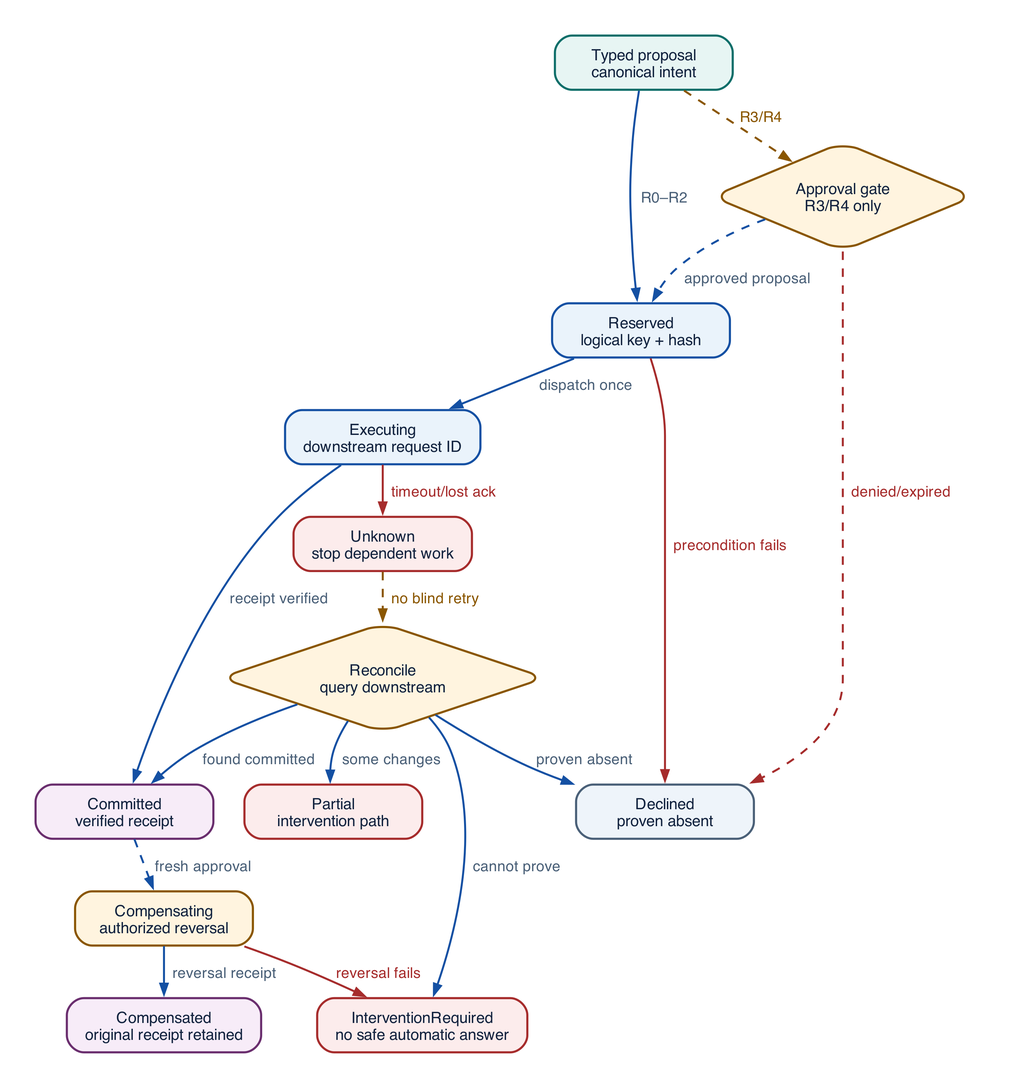
This is assets/diagrams/effect-lifecycle.png from rrahimi-uci/building-enterprise-general-intelligence, a Graphviz export, as it was before one commit. Its source is kept beside it as assets/diagrams/src/effect-lifecycle.gv. Source of this version:
```dot
digraph effect_lifecycle {
  rankdir = TB
  graph [ranksep=0.35, nodesep=0.30]
  node [width=1.75, fontsize=11]

  proposal [label="Typed proposal\ncanonical intent", fillcolor="#E7F5F3", color="#0D6E69"]
  approval [label="Approval gate\nR3/R4 only", shape=diamond, fillcolor="#FFF4DF", color="#8A5600"]
  reserved [label="Reserved\nlogical key + hash", fillcolor="#EAF3FB", color="#1450A3"]
  executing [label="Executing\ndownstream request ID", fillcolor="#EAF3FB", color="#1450A3"]
  committed [label="Committed\nverified receipt", fillcolor="#F7ECF8", color="#6A2E6E"]
  declined [label="Declined\nproven absent", fillcolor="#EEF4FA", color="#4A6078"]
  unknown [label="Unknown\nstop dependent work", fillcolor="#FCECEC", color="#A62C2C"]
  reconcile [label="Reconcile\nquery downstream", shape=diamond, fillcolor="#FFF4DF", color="#8A5600"]
  partial [label="Partial\nintervention path", fillcolor="#FCECEC", color="#A62C2C"]
  intervention [label="InterventionRequired\nno safe automatic answer", fillcolor="#FCECEC", color="#A62C2C"]
  compensating [label="Compensating\nauthorized reversal", fillcolor="#FFF4DF", color="#8A5600"]
  compensated [label="Compensated\noriginal receipt retained", fillcolor="#F7ECF8", color="#6A2E6E"]

  proposal -> reserved [label="  R0–R2  "]
  proposal -> approval [label="  R3/R4  ", style=dashed, color="#8A5600", fontcolor="#8A5600"]
  approval -> reserved [label="  approved proposal  ", style=dashed]
  approval -> declined [label="  denied/expired  ", style=dashed, color="#A62C2C", fontcolor="#A62C2C"]
  reserved -> executing [label="  dispatch once  "]
  reserved -> declined [label="  precondition fails  ", color="#A62C2C", fontcolor="#A62C2C"]
  executing -> committed [label="  receipt verified  "]
  executing -> unknown [label="  timeout/lost ack  ", color="#A62C2C", fontcolor="#A62C2C"]
  unknown -> reconcile [label="  no blind retry  ", style=dashed, color="#8A5600", fontcolor="#8A5600"]
  reconcile -> committed [label="  found committed  "]
  reconcile -> declined [label="  proven absent  "]
  reconcile -> partial [label="  some changes  "]
  reconcile -> intervention [label="  cannot prove  "]
  committed -> compensating [label="  fresh approval  ", style=dashed]
  compensating -> compensated [label="  reversal receipt  "]
  compensating -> intervention [label="  reversal fails  ", color="#A62C2C", fontcolor="#A62C2C"]
}
```
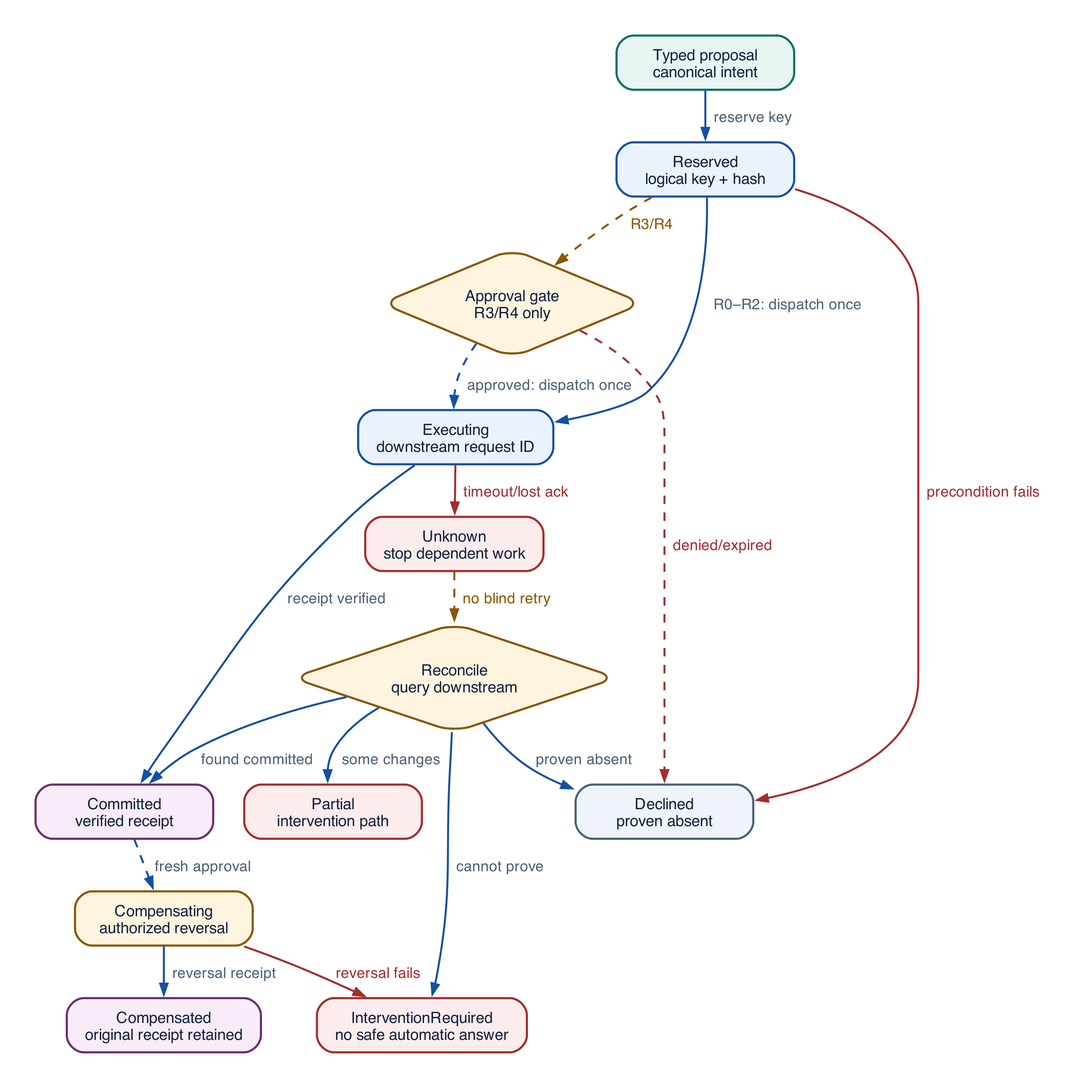
Later version of the same file.

Change to the diagram source:
```diff
@@ -16,11 +16,11 @@
   compensating [label="Compensating\nauthorized reversal", fillcolor="#FFF4DF", color="#8A5600"]
   compensated [label="Compensated\noriginal receipt retained", fillcolor="#F7ECF8", color="#6A2E6E"]
 
-  proposal -> reserved [label="  R0–R2  "]
-  proposal -> approval [label="  R3/R4  ", style=dashed, color="#8A5600", fontcolor="#8A5600"]
-  approval -> reserved [label="  approved proposal  ", style=dashed]
+  proposal -> reserved [label="  reserve key  "]
+  reserved -> executing [label="  R0–R2: dispatch once  "]
+  reserved -> approval [label="  R3/R4  ", style=dashed, color="#8A5600", fontcolor="#8A5600"]
+  approval -> executing [label="  approved: dispatch once  ", style=dashed]
   approval -> declined [label="  denied/expired  ", style=dashed, color="#A62C2C", fontcolor="#A62C2C"]
-  reserved -> executing [label="  dispatch once  "]
   reserved -> declined [label="  precondition fails  ", color="#A62C2C", fontcolor="#A62C2C"]
   executing -> committed [label="  receipt verified  "]
   executing -> unknown [label="  timeout/lost ack  ", color="#A62C2C", fontcolor="#A62C2C"]
```
